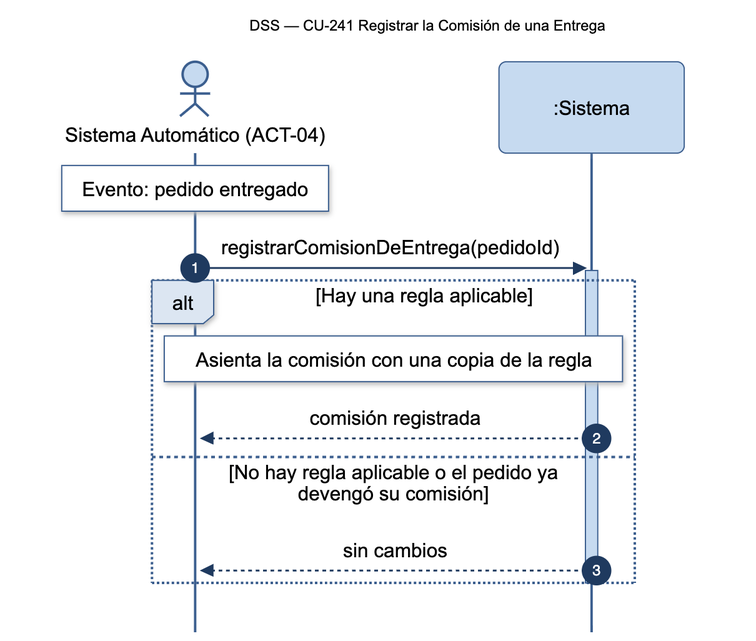
This is diagramas/png/DSS_CU-241_Registrar-la-Comision-de-una-Entrega.png from Nahuelito-Dev/splg-docs, a Mermaid export, as it was before one commit. Its source is kept beside it as diagramas/DSS_CU-241_Registrar-la-Comision-de-una-Entrega.mmd. The source it was exported from:
```mermaid
sequenceDiagram
    title DSS — CU-241 Registrar la Comisión de una Entrega
    autonumber
    actor SAU as Sistema Automático (ACT-04)
    participant SIS as :Sistema

    Note over SAU: Evento: pedido entregado
    SAU->>SIS: registrarComisionDeEntrega(pedidoId)
    activate SIS
    alt Hay una regla aplicable
        Note over SAU,SIS: Asienta la comisión con una copia de la regla
        SIS-->>SAU: comisión registrada
    else No hay regla aplicable o el pedido ya devengó su comisión
        SIS-->>SAU: sin cambios
    end
    deactivate SIS
```
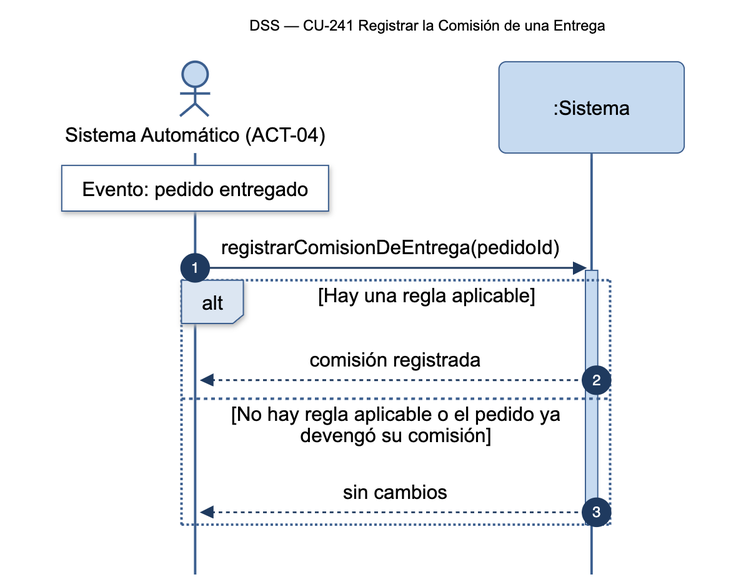
The same file after the commit.

Diff of the diagram source:
```diff
@@ -8,7 +8,6 @@
     SAU->>SIS: registrarComisionDeEntrega(pedidoId)
     activate SIS
     alt Hay una regla aplicable
-        Note over SAU,SIS: Asienta la comisión con una copia de la regla
         SIS-->>SAU: comisión registrada
     else No hay regla aplicable o el pedido ya devengó su comisión
         SIS-->>SAU: sin cambios
```
